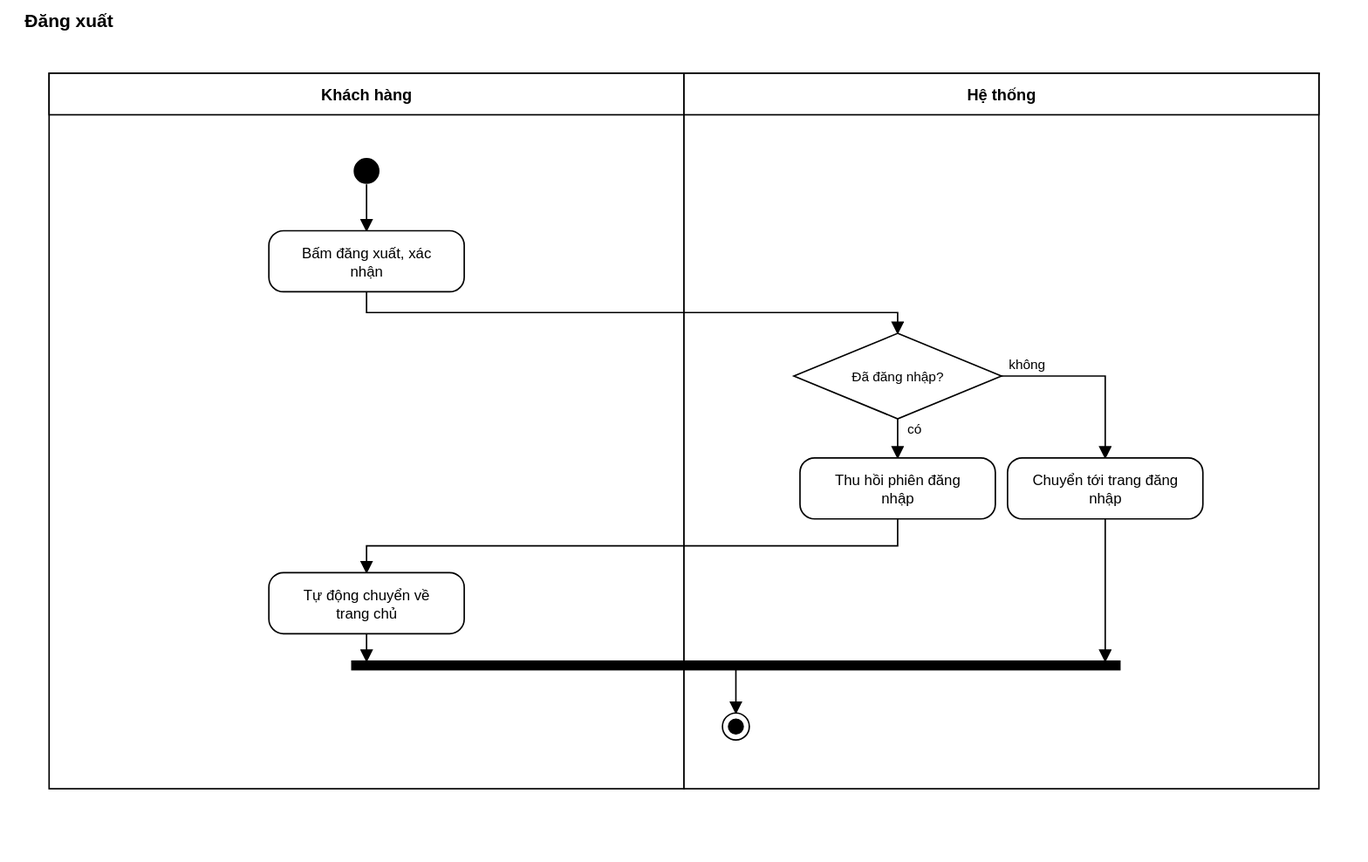
Before: docs/bieu_do_uml/svg/hoat_dong/UC15_dang_xuat.svg, a diagram exported from PlantUML (Shmily2004/Moodbite). Its source is kept beside it as docs/bieu_do_uml/puml_du_phong/hoat_dong/UC15_dang_xuat.puml. The source it was exported from:
```plantuml
@startuml UC15_hoat_dong
skinparam shadowing false
start
|Khách hàng|
:Bấm đăng xuất, xác nhận;
|Hệ thống|
if (Đã đăng nhập?) then (có)
  |Hệ thống|
  :Thu hồi phiên đăng nhập;
  |Khách hàng|
  :Tự động chuyển về trang chủ;
  stop
else (không)
  :Chuyển tới trang đăng nhập;
  stop
endif
@enduml
```
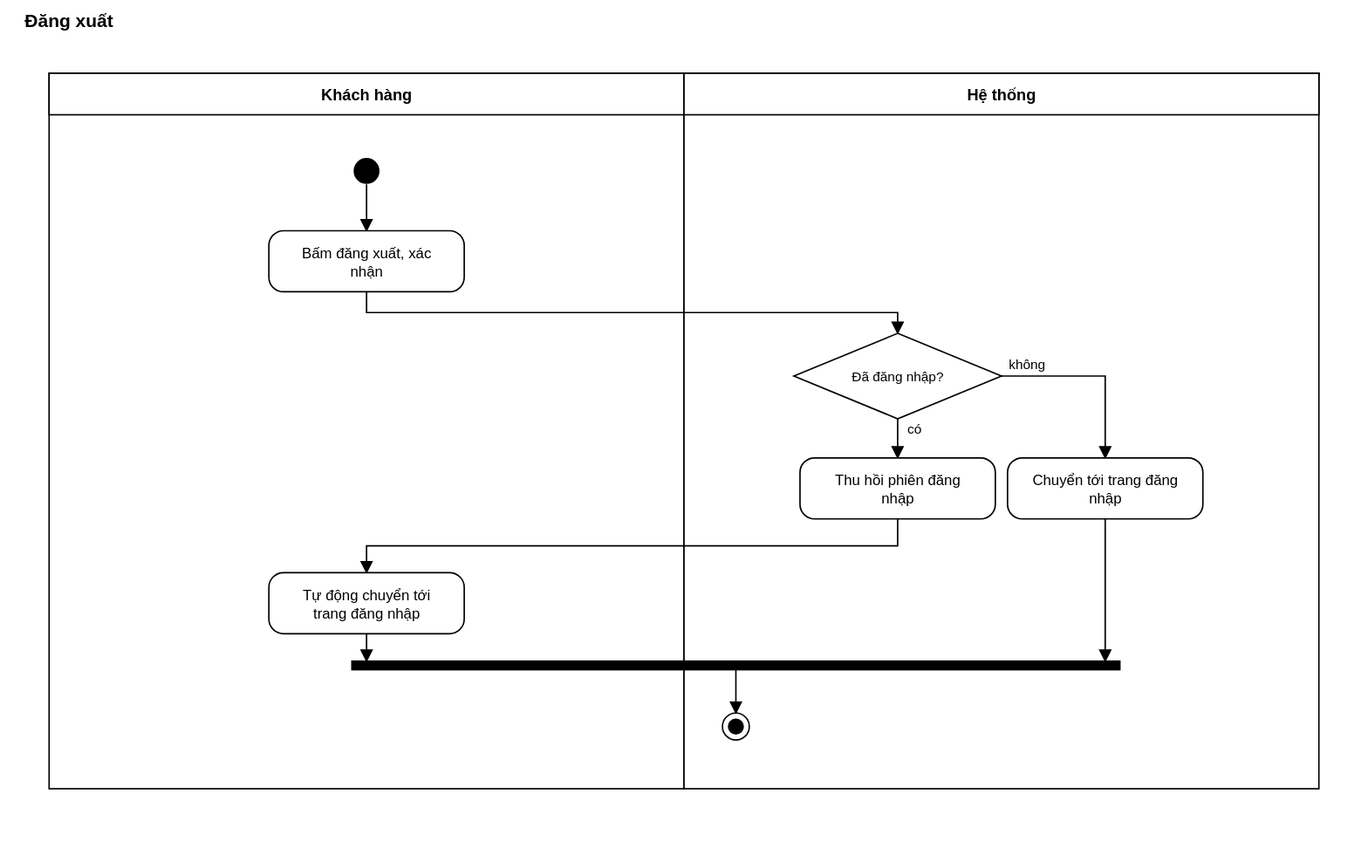
Later version of the same file.

What changed in the source:
```diff
@@ -8,7 +8,7 @@
   |Hệ thống|
   :Thu hồi phiên đăng nhập;
   |Khách hàng|
-  :Tự động chuyển về trang chủ;
+  :Tự động chuyển tới trang đăng nhập;
   stop
 else (không)
   :Chuyển tới trang đăng nhập;
```
